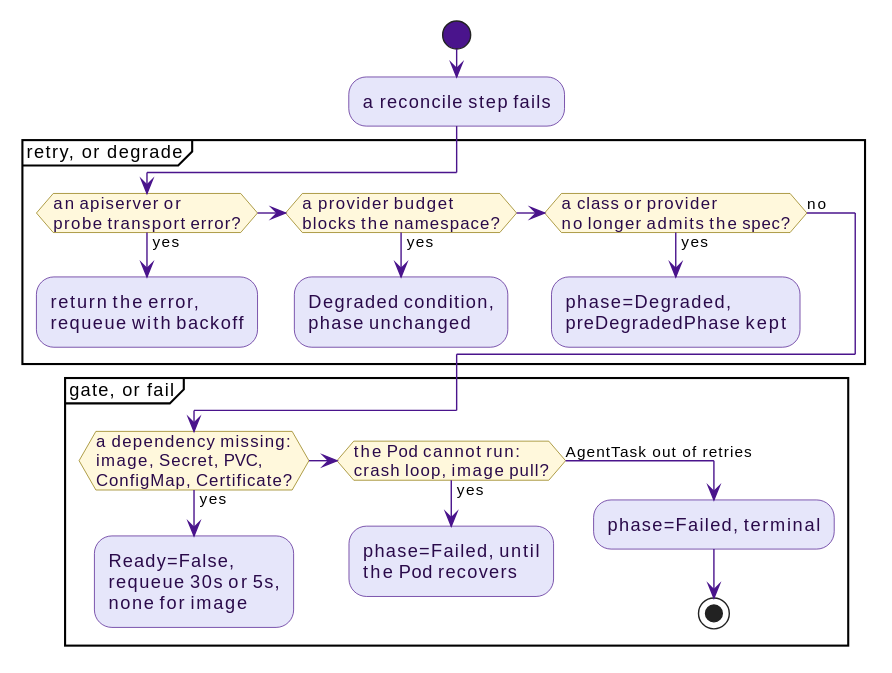
Before: docs/src/diagrams/controller-error-buckets.svg, a diagram exported from PlantUML (win07xp/kaalm).
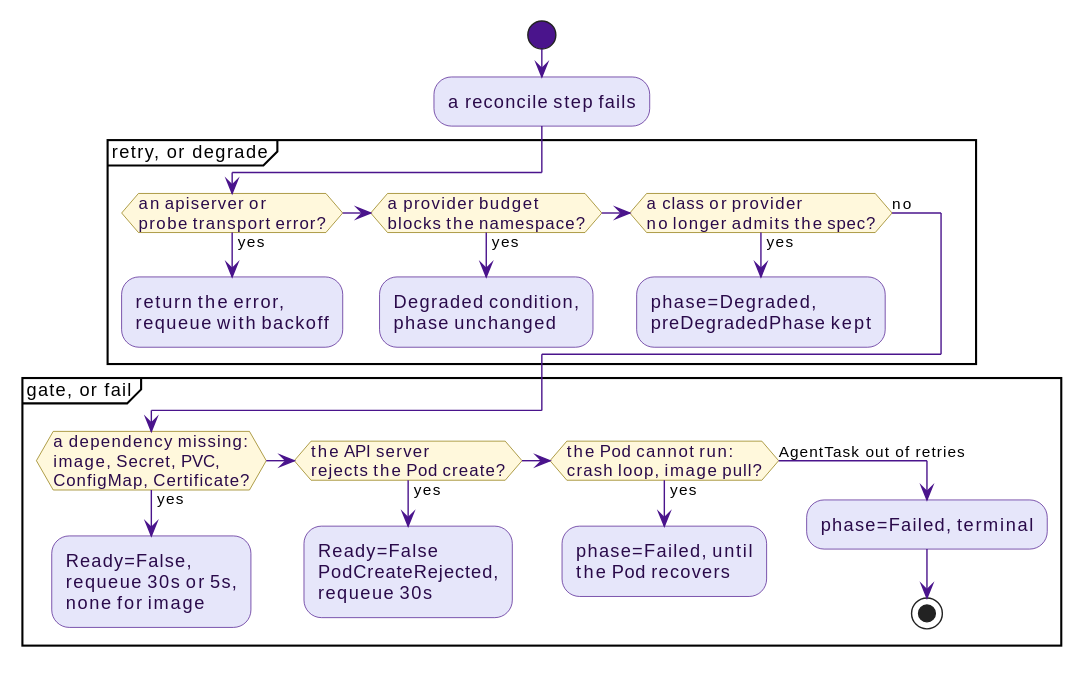
Later version of the same file.

The edit, as a diff of the source:
```diff
@@ -22,6 +22,9 @@
   if (a dependency missing:\nimage, Secret, PVC,\nConfigMap, Certificate?) then (yes)
     :Ready=False,\nrequeue 30s or 5s,\nnone for image;
     kill
+  elseif (the API server\nrejects the Pod create?) then (yes)
+    :Ready=False\nPodCreateRejected,\nrequeue 30s;
+    kill
   elseif (the Pod cannot run:\ncrash loop, image pull?) then (yes)
     :phase=Failed, until\nthe Pod recovers;
     kill
```
